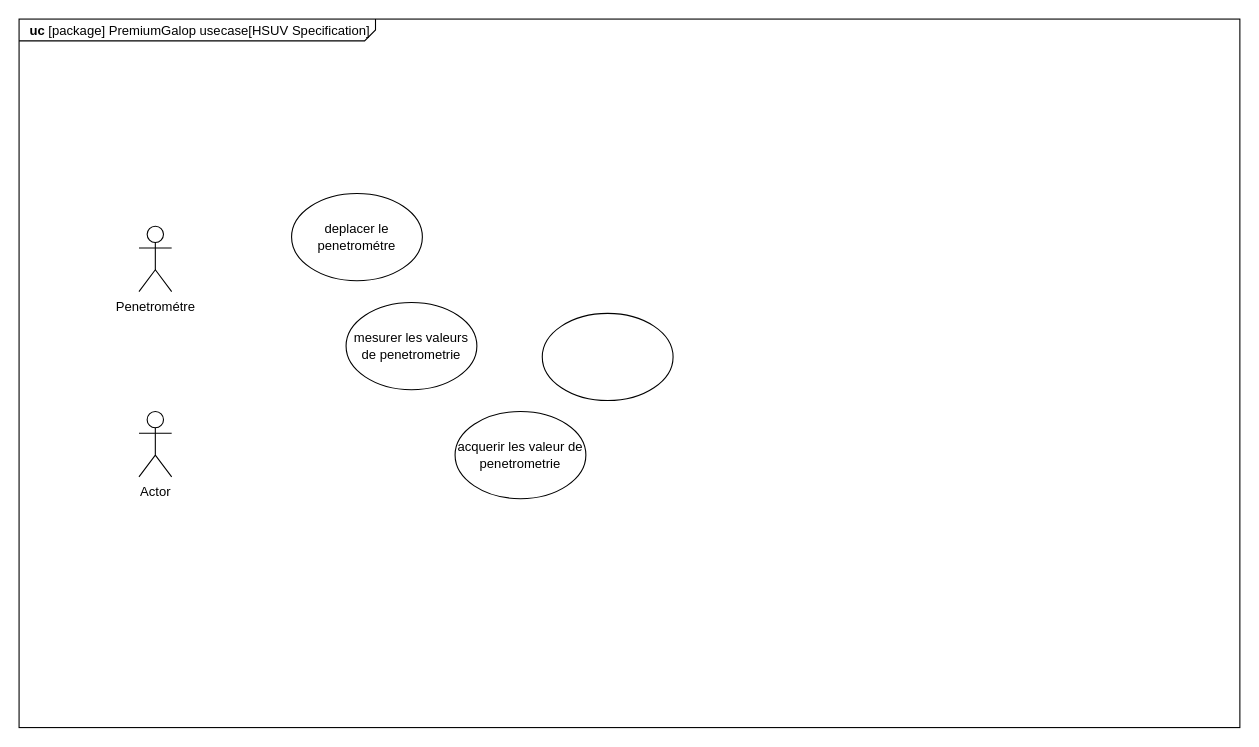
The draw.io diagram SYSML/UC 5.drawio in ToGen49/Hippodrome, before the edit. Source tidied: cells renumbered, new cells numbered last; positions are measured from the earlier drawing's top-left corner, leaving out a move shared by most shapes. Both pictures are drawn from the tidied source at 109%, with x=0, y=0 at pixel (19, 19).
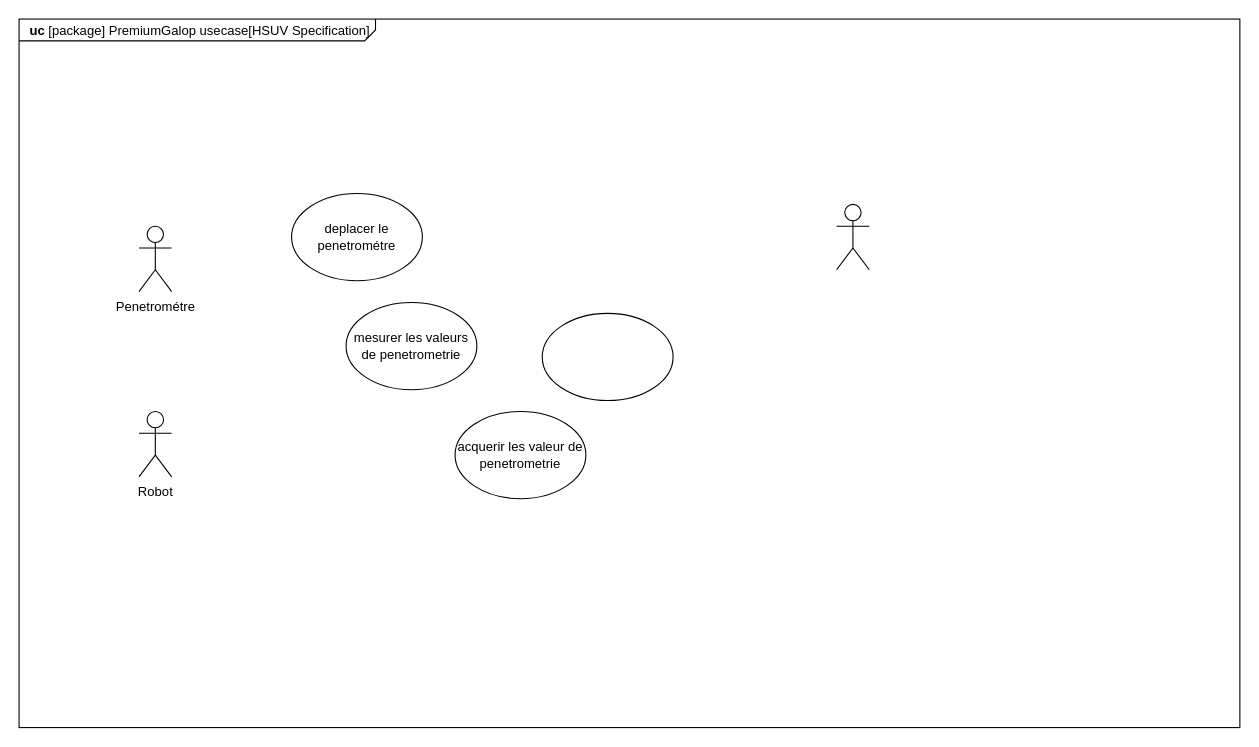
The same page after the edit.

Commit message:
Mettre à jour UC 5.drawio

What changed in the source:
```diff
@@
 <mxGraphModel>
   <root>
     <mxCell id="0" />
     <mxCell id="1" parent="0" />
     <mxCell id="2" value="&lt;p style=&quot;margin: 0px ; margin-top: 4px ; margin-left: 10px ; text-align: left&quot;&gt;&lt;b&gt;uc&lt;/b&gt; [package] PremiumGalop usecase[HSUV Specification]&lt;/p&gt;" style="html=1;strokeWidth=1;shape=mxgraph.sysml.package;html=1;overflow=fill;whiteSpace=wrap;fillColor=none;gradientColor=none;fontSize=12;align=center;labelX=327.64;" parent="1" vertex="1">
       <mxGeometry width="1120" height="650" as="geometry" />
     </mxCell>
     <mxCell id="3" value="deplacer le penetrométre" style="ellipse;whiteSpace=wrap;html=1;" parent="1" vertex="1">
       <mxGeometry x="250" y="160" width="120" height="80" as="geometry" />
     </mxCell>
     <mxCell id="4" value="Penetrométre" style="shape=umlActor;verticalLabelPosition=bottom;verticalAlign=top;html=1;" parent="1" vertex="1">
       <mxGeometry x="110" y="190" width="30" height="60" as="geometry" />
     </mxCell>
     <mxCell id="5" value="mesurer les valeurs de penetrometrie" style="ellipse;whiteSpace=wrap;html=1;" parent="1" vertex="1">
       <mxGeometry x="300" y="260" width="120" height="80" as="geometry" />
     </mxCell>
     <mxCell id="6" value="acquerir les valeur de penetrometrie" style="ellipse;whiteSpace=wrap;html=1;" parent="1" vertex="1">
       <mxGeometry x="400" y="360" width="120" height="80" as="geometry" />
     </mxCell>
     <mxCell id="7" style="ellipse;whiteSpace=wrap;html=1;" parent="1" vertex="1">
       <mxGeometry x="480" y="270" width="120" height="80" as="geometry" />
     </mxCell>
-    <mxCell id="8" value="Actor" style="shape=umlActor;verticalLabelPosition=bottom;verticalAlign=top;html=1;" parent="1" vertex="1">
+    <mxCell id="8" value="Robot" style="shape=umlActor;verticalLabelPosition=bottom;verticalAlign=top;html=1;" parent="1" vertex="1">
       <mxGeometry x="110" y="360" width="30" height="60" as="geometry" />
     </mxCell>
+    <mxCell id="9" style="shape=umlActor;verticalLabelPosition=bottom;verticalAlign=top;html=1;" parent="1" vertex="1">
+      <mxGeometry x="750" y="170" width="30" height="60" as="geometry" />
+    </mxCell>
   </root>
 </mxGraphModel>
```
